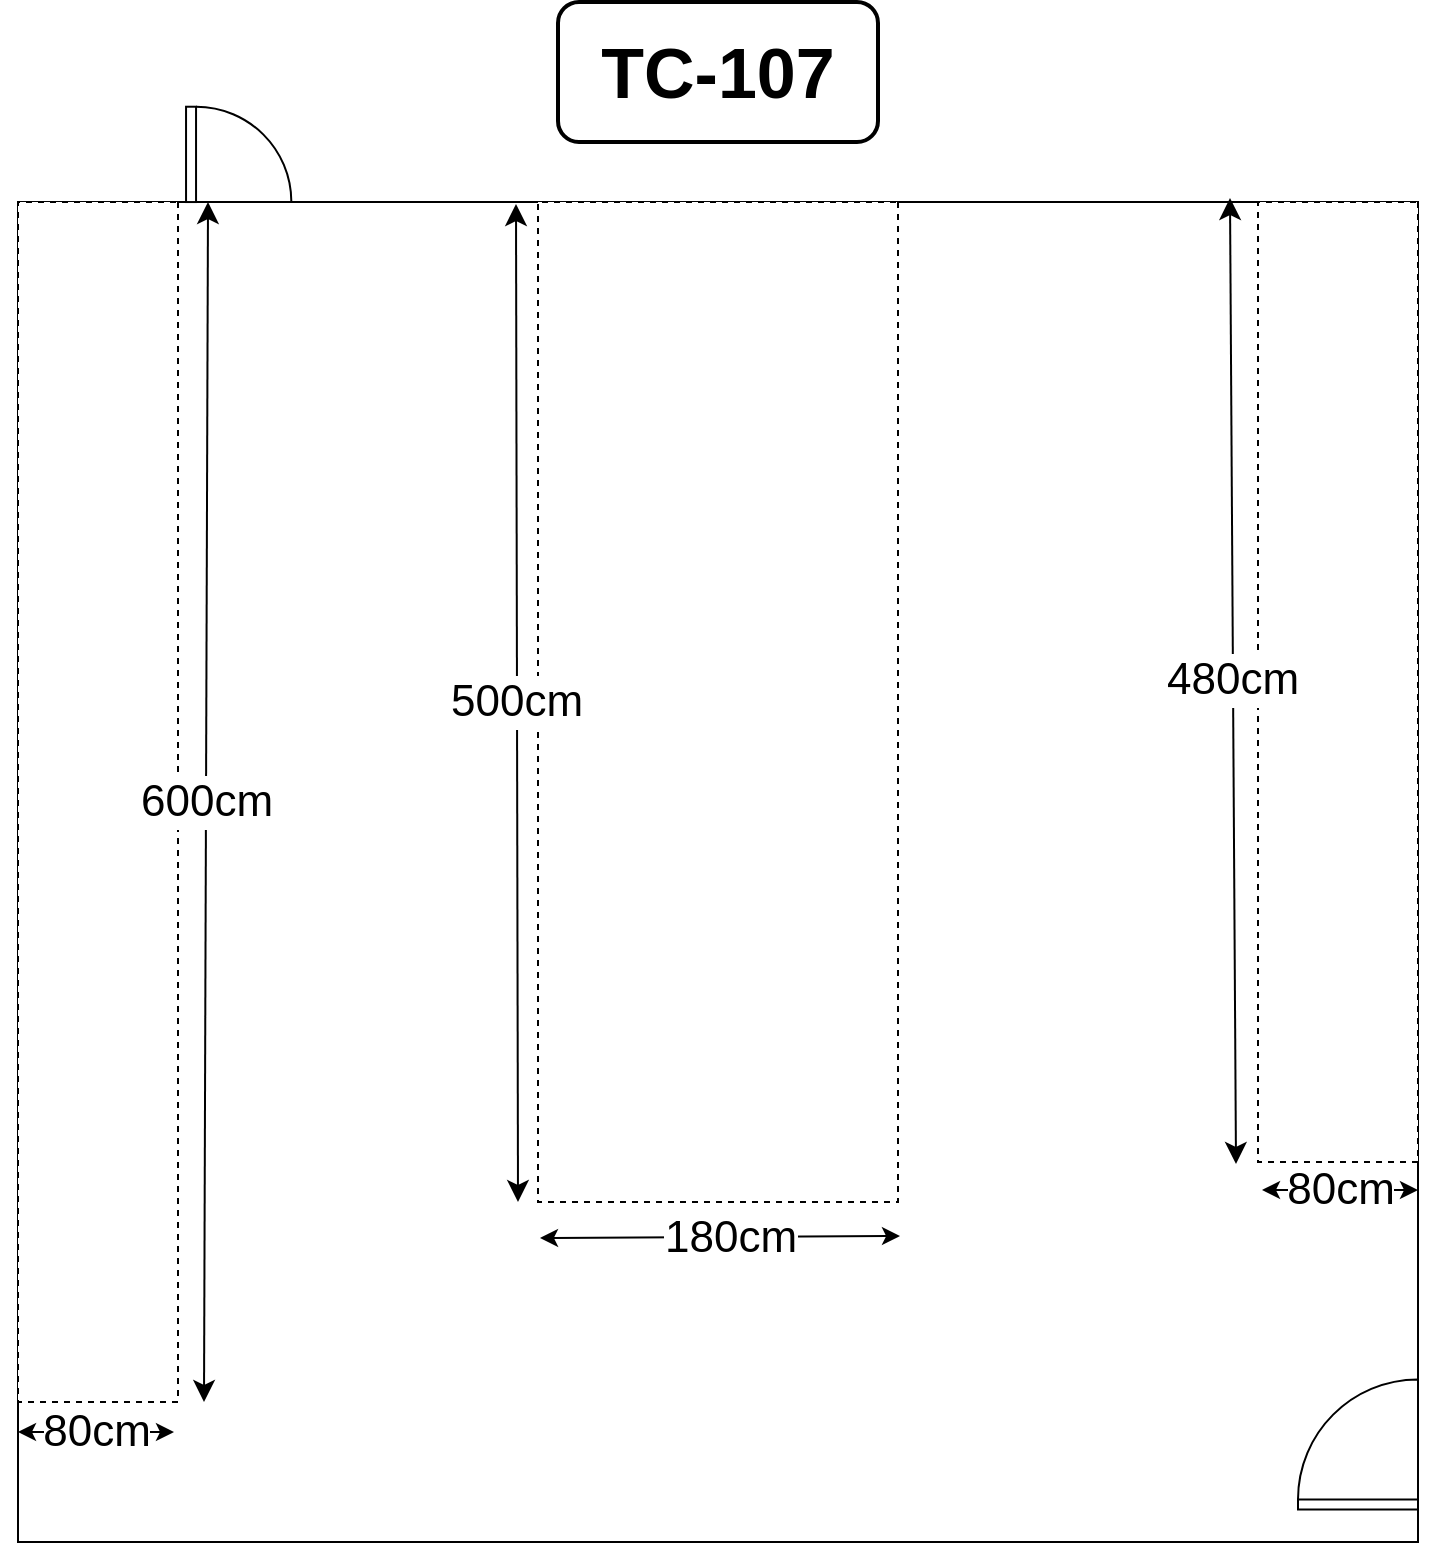
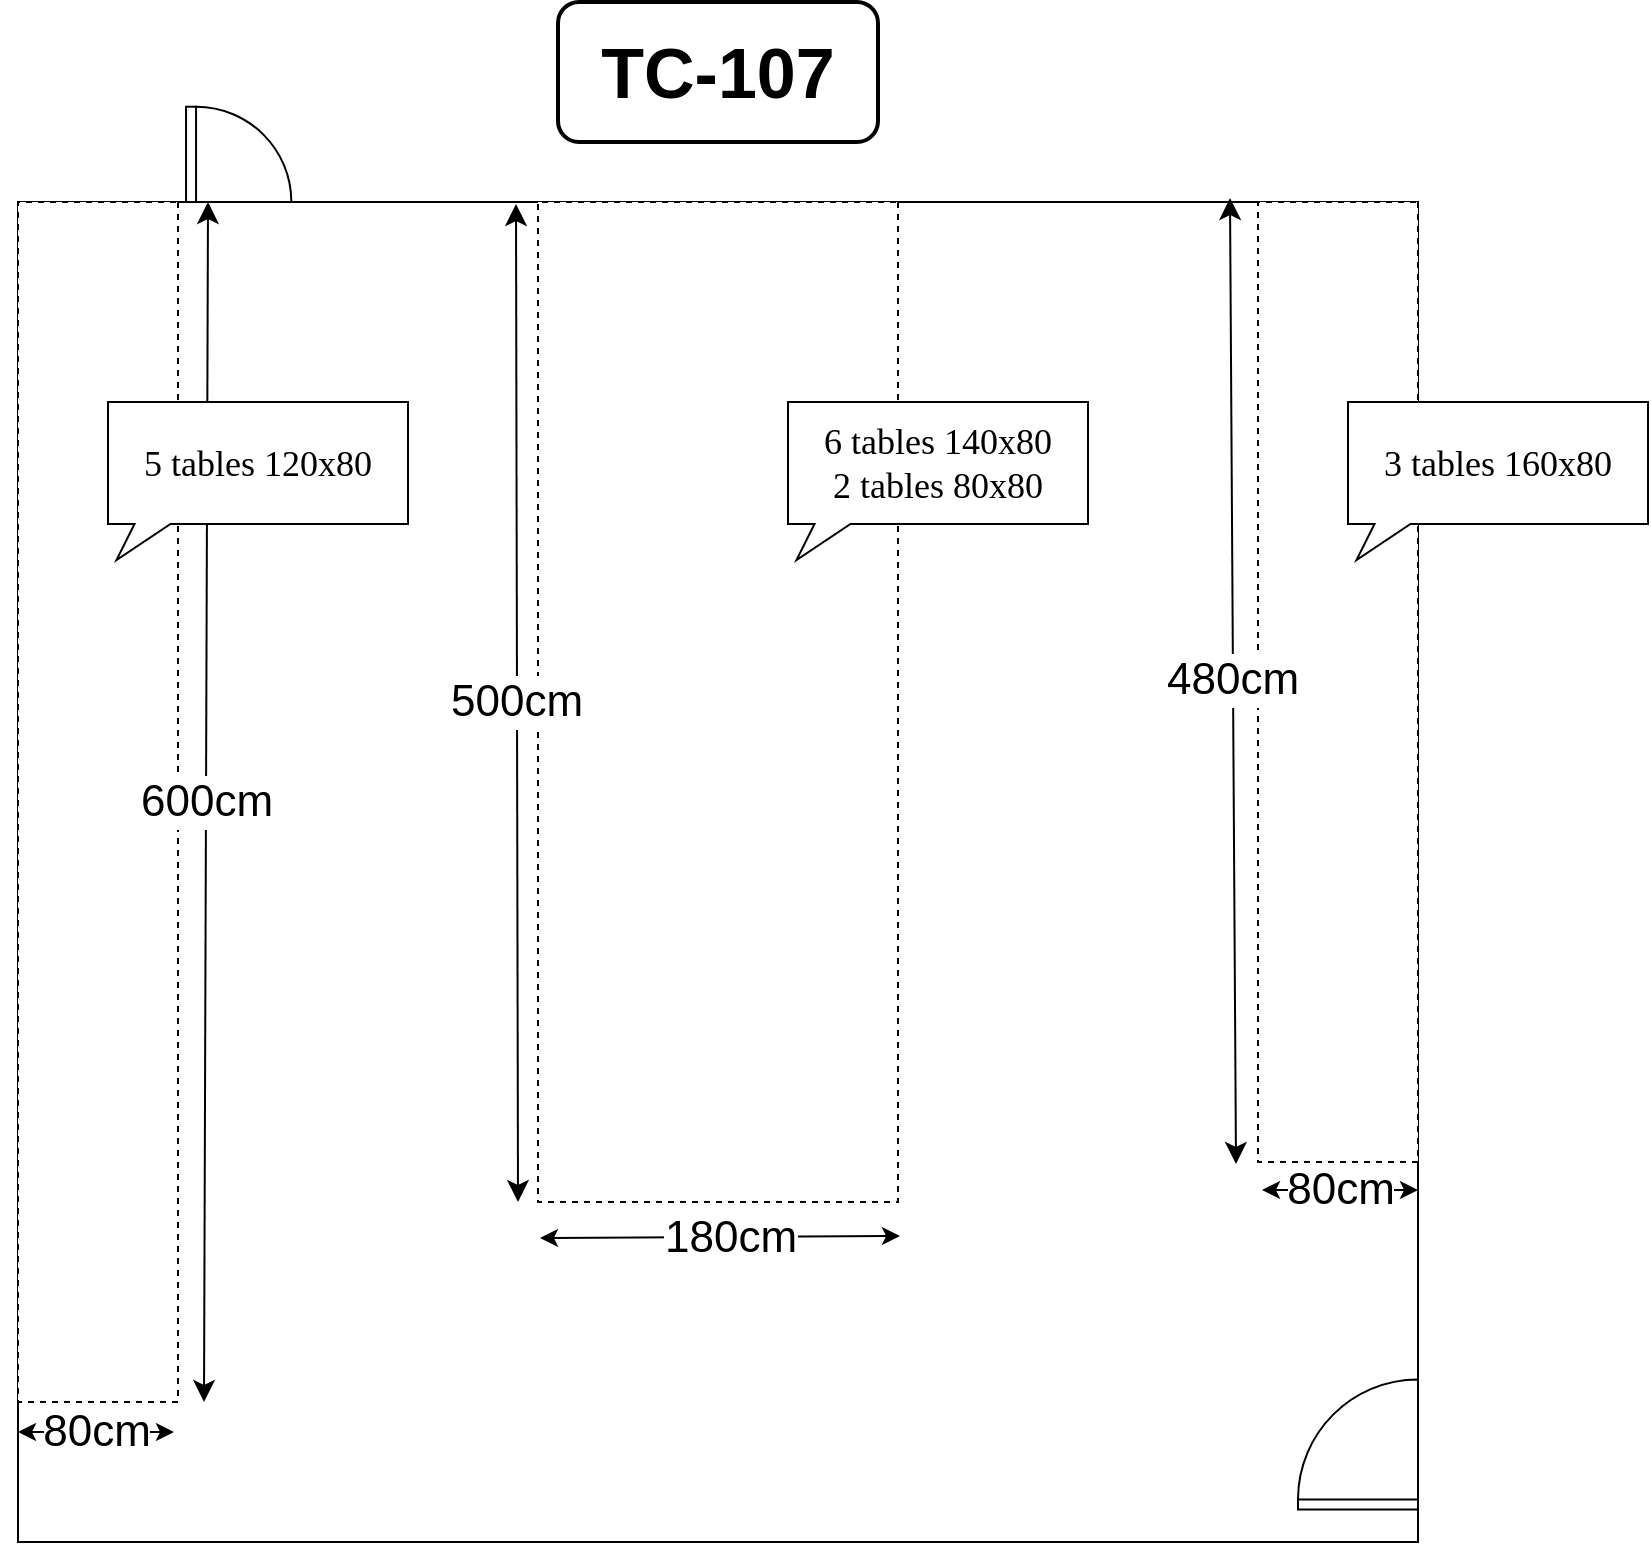
<mxfile host="app.diagrams.net" agent="Mozilla/5.0 (X11; Linux x86_64; rv:149.0) Gecko/20100101 Firefox/149.0">
  <diagram name="Page-1" id="iRoQFW6D9CzvpXQzve8l">
-     <mxGraphModel dx="1501" dy="824" grid="1" gridSize="10" guides="1" tooltips="1" connect="1" arrows="1" fold="1" page="1" pageScale="1" pageWidth="1169" pageHeight="827" math="0" shadow="0">
+     <mxGraphModel dx="1734" dy="968" grid="1" gridSize="10" guides="1" tooltips="1" connect="1" arrows="1" fold="1" page="1" pageScale="1" pageWidth="1169" pageHeight="827" math="0" shadow="0">
      <root>
        <mxCell id="0" />
        <mxCell id="1" parent="0" />
        <mxCell id="TTN37_IE3iKMg5Rs4A1S-1" parent="1" style="text;html=1;whiteSpace=wrap;strokeColor=default;fillColor=none;align=center;verticalAlign=middle;rounded=1;fontSize=35;fontStyle=1;glass=0;shadow=0;strokeWidth=2;perimeterSpacing=0;labelBorderColor=none;autosizeText=0;" value="TC-107" vertex="1">
          <mxGeometry height="70" width="160" x="505" y="10" as="geometry" />
        </mxCell>
        <mxCell id="TTN37_IE3iKMg5Rs4A1S-2" parent="1" style="rounded=0;whiteSpace=wrap;html=1;" value="" vertex="1">
          <mxGeometry height="670" width="700" x="235" y="110" as="geometry" />
        </mxCell>
        <mxCell id="V4ApdJ4xAvaCsAzmnfrd-1" parent="1" style="verticalLabelPosition=bottom;html=1;verticalAlign=top;align=center;shape=mxgraph.floorplan.doorRight;aspect=fixed;rotation=-180;flipV=0;legacyAnchorPoints=0;flipH=1;" value="" vertex="1">
          <mxGeometry height="63.75" width="60" x="875" y="700" as="geometry" />
        </mxCell>
        <mxCell id="V4ApdJ4xAvaCsAzmnfrd-2" parent="1" style="verticalLabelPosition=bottom;html=1;verticalAlign=top;align=center;shape=mxgraph.floorplan.doorLeft;aspect=fixed;rotation=-90;flipV=0;legacyAnchorPoints=0;flipH=0;" value="&amp;nbsp; &amp;nbsp;&amp;nbsp;" vertex="1">
          <mxGeometry height="53.61" width="47.66" x="322" y="59.38999999999999" as="geometry" />
        </mxCell>
        <mxCell id="V4ApdJ4xAvaCsAzmnfrd-5" parent="1" style="rounded=0;whiteSpace=wrap;html=1;dashed=1;rotation=90;" value="" vertex="1">
          <mxGeometry height="80" width="480" x="655" y="310" as="geometry" />
        </mxCell>
        <mxCell id="V4ApdJ4xAvaCsAzmnfrd-6" parent="1" style="rounded=0;whiteSpace=wrap;html=1;dashed=1;rotation=90;" value="" vertex="1">
          <mxGeometry height="180" width="500" x="335" y="270" as="geometry" />
        </mxCell>
        <mxCell id="V4ApdJ4xAvaCsAzmnfrd-7" parent="1" style="rounded=0;whiteSpace=wrap;html=1;dashed=1;rotation=90;" value="" vertex="1">
          <mxGeometry height="80" width="600" x="-25" y="370" as="geometry" />
        </mxCell>
        <mxCell id="V4ApdJ4xAvaCsAzmnfrd-12" edge="1" parent="1" style="edgeStyle=none;orthogonalLoop=1;jettySize=auto;html=1;endArrow=classic;startArrow=classic;endSize=8;startSize=8;rounded=0;align=center;" value="&lt;font style=&quot;font-size: 22px;&quot;&gt;600cm&lt;/font&gt;">
          <mxGeometry relative="1" width="100" as="geometry">
            <Array as="points" />
            <mxPoint x="330" y="110" as="sourcePoint" />
            <mxPoint x="328" y="710" as="targetPoint" />
          </mxGeometry>
        </mxCell>
        <mxCell id="V4ApdJ4xAvaCsAzmnfrd-13" edge="1" parent="1" style="edgeStyle=none;orthogonalLoop=1;jettySize=auto;html=1;endArrow=classic;startArrow=classic;endSize=8;startSize=8;rounded=0;align=center;" value="&lt;font style=&quot;font-size: 22px;&quot;&gt;500cm&lt;/font&gt;">
          <mxGeometry relative="1" width="100" as="geometry">
            <Array as="points" />
            <mxPoint x="484" y="111" as="sourcePoint" />
            <mxPoint x="485" y="610" as="targetPoint" />
          </mxGeometry>
        </mxCell>
        <mxCell id="V4ApdJ4xAvaCsAzmnfrd-14" edge="1" parent="1" style="edgeStyle=none;orthogonalLoop=1;jettySize=auto;html=1;endArrow=classic;startArrow=classic;endSize=8;startSize=8;rounded=0;align=center;labelBackgroundColor=default;" value="&lt;font style=&quot;font-size: 22px;&quot;&gt;480cm&lt;/font&gt;">
          <mxGeometry relative="1" width="100" as="geometry">
            <Array as="points" />
            <mxPoint x="841" y="108" as="sourcePoint" />
            <mxPoint x="844" y="591" as="targetPoint" />
          </mxGeometry>
        </mxCell>
        <mxCell id="V4ApdJ4xAvaCsAzmnfrd-15" edge="1" parent="1" style="endArrow=classic;startArrow=classic;html=1;rounded=0;fontSize=22;" value="80cm">
          <mxGeometry height="50" relative="1" width="50" as="geometry">
            <mxPoint x="235" y="725" as="sourcePoint" />
            <mxPoint x="313" y="725" as="targetPoint" />
          </mxGeometry>
        </mxCell>
        <mxCell id="V4ApdJ4xAvaCsAzmnfrd-16" edge="1" parent="1" style="endArrow=classic;startArrow=classic;html=1;rounded=0;fontSize=22;" value="80cm">
          <mxGeometry height="50" relative="1" width="50" as="geometry">
            <mxPoint x="857" y="604" as="sourcePoint" />
            <mxPoint x="935" y="604" as="targetPoint" />
          </mxGeometry>
        </mxCell>
        <mxCell id="V4ApdJ4xAvaCsAzmnfrd-18" edge="1" parent="1" style="endArrow=classic;startArrow=classic;html=1;rounded=0;fontSize=22;align=center;" value="&lt;div align=&quot;center&quot;&gt;180cm&lt;/div&gt;">
          <mxGeometry height="50" relative="1" width="50" x="0.0504" y="-1" as="geometry">
            <mxPoint as="offset" />
            <mxPoint x="496" y="628" as="sourcePoint" />
            <mxPoint x="676" y="627" as="targetPoint" />
          </mxGeometry>
        </mxCell>
+         <mxCell id="rFP6w37U2chbQI5DBwfy-1" parent="1" style="whiteSpace=wrap;html=1;shape=mxgraph.basic.rectCallout;dx=22.25;dy=18;boundedLbl=1;align=center;fontSize=18;labelPosition=center;verticalLabelPosition=middle;verticalAlign=middle;" value="&lt;font face=&quot;Tahoma&quot;&gt;5 tables 120x80&lt;/font&gt;" vertex="1">
+           <mxGeometry height="79" width="150" x="280" y="210" as="geometry" />
+         </mxCell>
+         <mxCell id="rFP6w37U2chbQI5DBwfy-2" parent="1" style="whiteSpace=wrap;html=1;shape=mxgraph.basic.rectCallout;dx=22.25;dy=18;boundedLbl=1;align=center;fontSize=18;labelPosition=center;verticalLabelPosition=middle;verticalAlign=middle;" value="&lt;div&gt;&lt;font face=&quot;Tahoma&quot;&gt;6 tables 140x80&lt;/font&gt;&lt;/div&gt;&lt;div&gt;&lt;font face=&quot;Tahoma&quot;&gt;2 tables 80x80&lt;/font&gt;&lt;/div&gt;" vertex="1">
+           <mxGeometry height="79" width="150" x="620" y="210" as="geometry" />
+         </mxCell>
+         <mxCell id="rFP6w37U2chbQI5DBwfy-3" parent="1" style="whiteSpace=wrap;html=1;shape=mxgraph.basic.rectCallout;dx=22.25;dy=18;boundedLbl=1;align=center;fontSize=18;labelPosition=center;verticalLabelPosition=middle;verticalAlign=middle;" value="&lt;font face=&quot;Tahoma&quot;&gt;3 tables 160x80&lt;/font&gt;" vertex="1">
+           <mxGeometry height="79" width="150" x="900" y="210" as="geometry" />
+         </mxCell>
      </root>
    </mxGraphModel>
  </diagram>
</mxfile>
